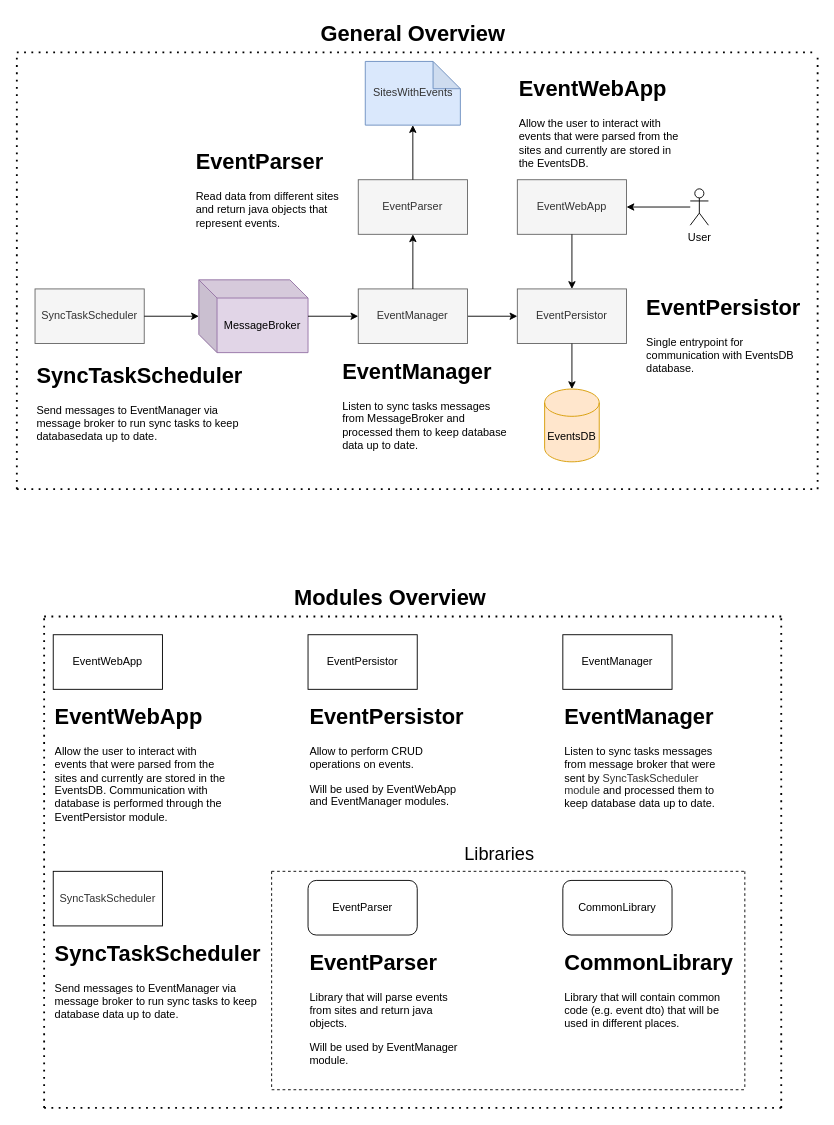
Peachex/event-radar keeps this draw.io diagram as page "Project overview" (1 of 4) of documentation/schemes/project-schemes.drawio. Above is the earlier version. Source tidied: cells renumbered, new cells numbered last; positions are measured from the earlier drawing's top-left corner, leaving out a move shared by most shapes. Both pictures are drawn from the tidied source at 91%, with x=0, y=0 at pixel (16, 15).
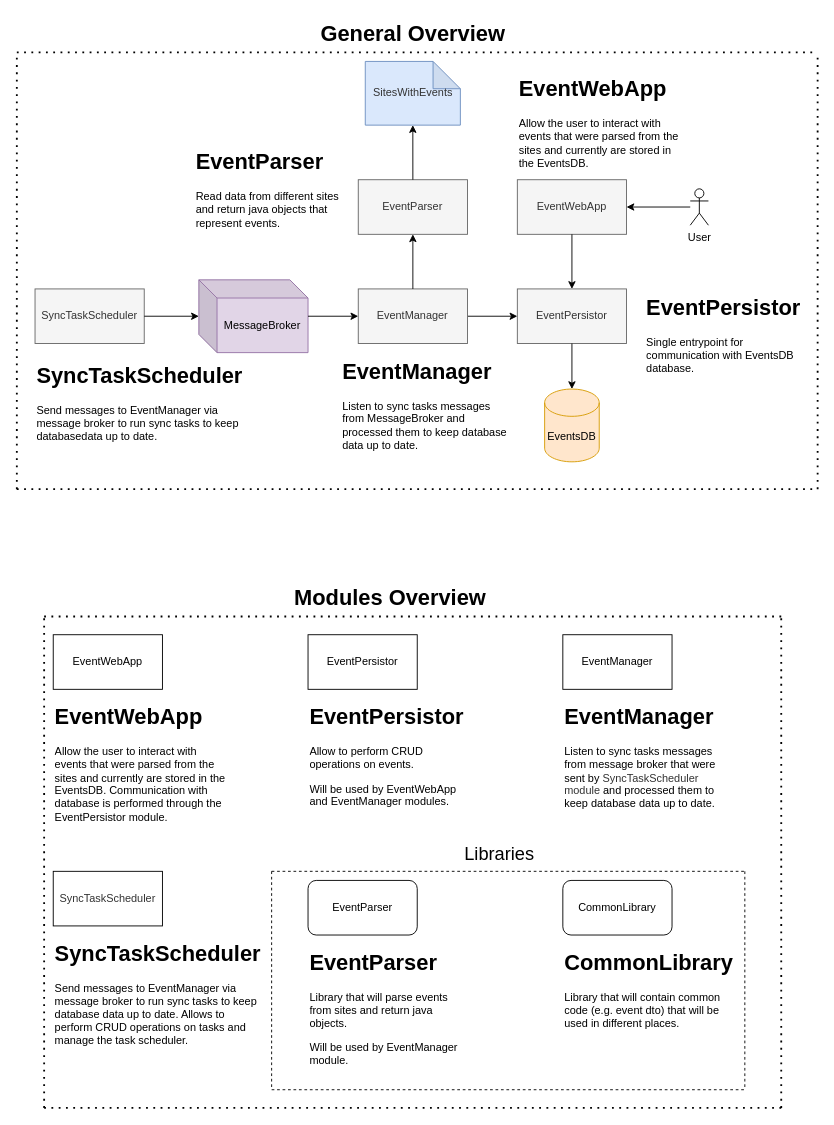
The same diagram, later.

What changed in the source:
```diff
@@
-    <mxCell id="43" value="&lt;h1 style=&quot;margin-top: 0px;&quot;&gt;SyncTaskScheduler&lt;/h1&gt;&lt;h1 style=&quot;margin-top: 0px;&quot;&gt;&lt;p style=&quot;font-size: 12px; font-weight: 400;&quot;&gt;Send messages to EventManager via message broker to run sync tasks to keep database data up to date.&lt;/p&gt;&lt;/h1&gt;" style="text;html=1;whiteSpace=wrap;overflow=hidden;rounded=0;" parent="1" vertex="1">
-      <mxGeometry x="40" y="1010" width="230" height="100" as="geometry" />
+    <mxCell id="43" value="&lt;h1 style=&quot;margin-top: 0px;&quot;&gt;SyncTaskScheduler&lt;/h1&gt;&lt;h1 style=&quot;margin-top: 0px;&quot;&gt;&lt;p style=&quot;font-size: 12px; font-weight: 400;&quot;&gt;Send messages to EventManager via message broker to run sync tasks to keep database data up to date. Allows to perform CRUD operations on tasks and manage the task scheduler.&lt;/p&gt;&lt;/h1&gt;" style="text;html=1;whiteSpace=wrap;overflow=hidden;rounded=0;" parent="1" vertex="1">
+      <mxGeometry x="40" y="1010" width="230" height="130" as="geometry" />
     </mxCell>
```
